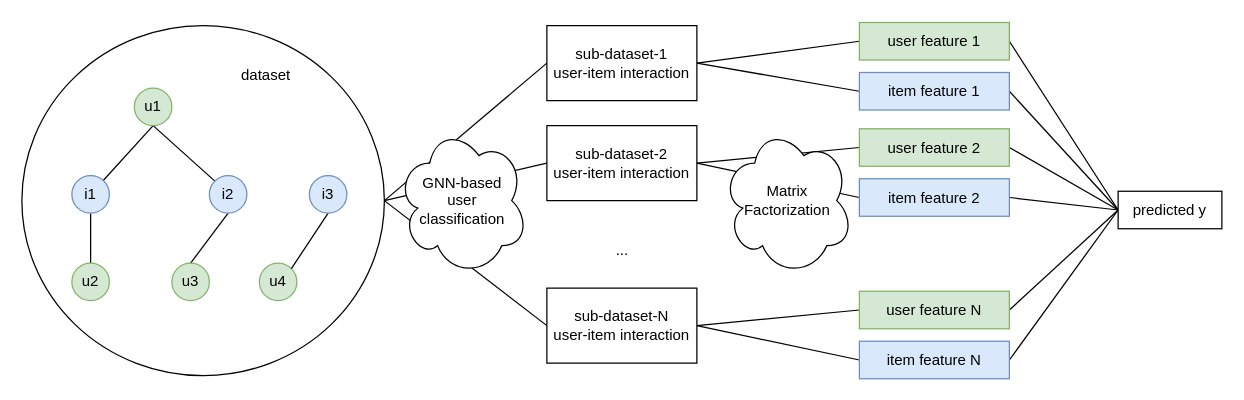
Before: 开题报告.drawio in justxuewei/draw.io, a draw.io diagram. Source tidied: cells renumbered, new cells numbered last; positions are measured from the earlier drawing's top-left corner, leaving out a move shared by most shapes. Both pictures are drawn from the tidied source at 125%, with x=0, y=0 at pixel (21, 22).
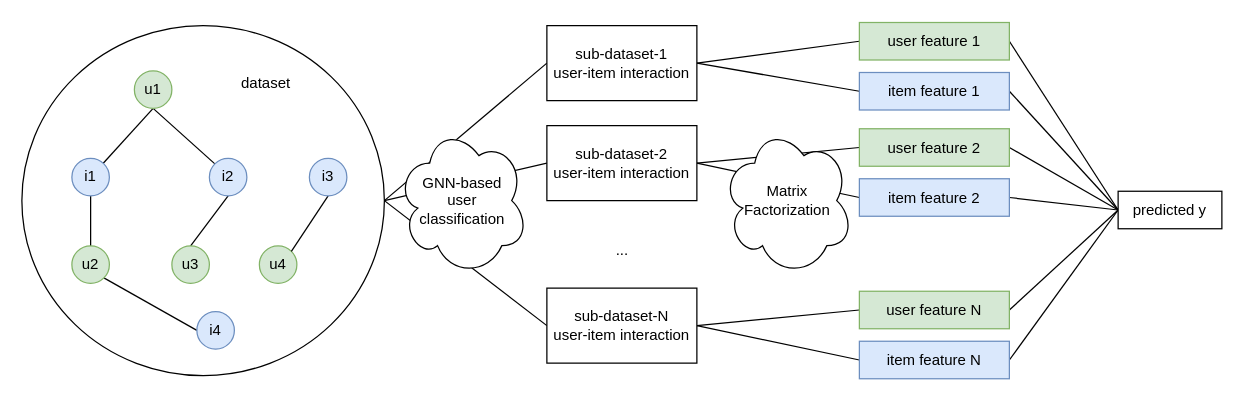
Above is the later version.

Diff of the diagram source:
```diff
@@
     <mxCell id="8" value="u1" style="ellipse;whiteSpace=wrap;html=1;fillColor=#d5e8d4;strokeColor=#82b366;" parent="1" vertex="1">
-      <mxGeometry x="90" y="52" width="30" height="30" as="geometry" />
+      <mxGeometry x="90" y="38.2" width="30" height="30" as="geometry" />
     </mxCell>
@@
     <mxCell id="10" value="i1" style="ellipse;whiteSpace=wrap;html=1;fillColor=#dae8fc;strokeColor=#6c8ebf;" parent="1" vertex="1">
-      <mxGeometry x="40" y="122" width="30" height="30" as="geometry" />
+      <mxGeometry x="40" y="108.2" width="30" height="30" as="geometry" />
     </mxCell>
@@
     <mxCell id="12" value="i2" style="ellipse;whiteSpace=wrap;html=1;fillColor=#dae8fc;strokeColor=#6c8ebf;" parent="1" vertex="1">
-      <mxGeometry x="150" y="122" width="30" height="30" as="geometry" />
+      <mxGeometry x="150" y="108.2" width="30" height="30" as="geometry" />
     </mxCell>
+    <mxCell id="44" style="edgeStyle=none;rounded=0;jettySize=auto;html=1;exitX=1;exitY=1;exitDx=0;exitDy=0;entryX=0;entryY=0.5;entryDx=0;entryDy=0;endArrow=none;endFill=0;" parent="1" edge="1" source="13" target="45">
+      <mxGeometry relative="1" as="geometry" />
+    </mxCell>
     <mxCell id="13" value="u2" style="ellipse;whiteSpace=wrap;html=1;fillColor=#d5e8d4;strokeColor=#82b366;" parent="1" vertex="1">
-      <mxGeometry x="40" y="192" width="30" height="30" as="geometry" />
+      <mxGeometry x="40" y="178.2" width="30" height="30" as="geometry" />
     </mxCell>
     <mxCell id="14" value="u3" style="ellipse;whiteSpace=wrap;html=1;fillColor=#d5e8d4;strokeColor=#82b366;" parent="1" vertex="1">
-      <mxGeometry x="120" y="192" width="30" height="30" as="geometry" />
+      <mxGeometry x="120" y="178.2" width="30" height="30" as="geometry" />
     </mxCell>
     <mxCell id="15" value="u4" style="ellipse;whiteSpace=wrap;html=1;fillColor=#d5e8d4;strokeColor=#82b366;" parent="1" vertex="1">
-      <mxGeometry x="190" y="192" width="30" height="30" as="geometry" />
+      <mxGeometry x="190" y="178.2" width="30" height="30" as="geometry" />
     </mxCell>
@@
     <mxCell id="17" value="i3" style="ellipse;whiteSpace=wrap;html=1;fillColor=#dae8fc;strokeColor=#6c8ebf;" parent="1" vertex="1">
-      <mxGeometry x="230" y="122" width="30" height="30" as="geometry" />
+      <mxGeometry x="230" y="108.2" width="30" height="30" as="geometry" />
     </mxCell>
@@
     <mxCell id="28" value="dataset" style="text;html=1;align=center;verticalAlign=middle;strokeColor=none;fillColor=none;" parent="1" vertex="1">
-      <mxGeometry x="170" y="32" width="50" height="20" as="geometry" />
+      <mxGeometry x="170" y="38.2" width="50" height="20" as="geometry" />
     </mxCell>
@@
+    <mxCell id="45" value="i4" style="ellipse;whiteSpace=wrap;html=1;fillColor=#dae8fc;strokeColor=#6c8ebf;" parent="1" vertex="1">
+      <mxGeometry x="140" y="230.8" width="30" height="30" as="geometry" />
+    </mxCell>
```
